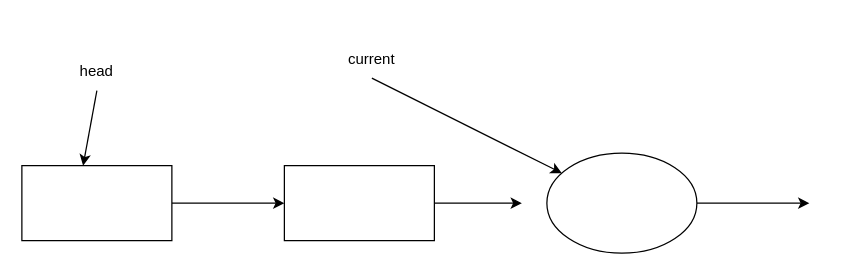
This is algo-club/phase-4-data-structures-implement-singly-linked-list/diagram.drawio from betalantz/west-se-080822-class-sessions, a draw.io file, before an edit. Source tidied: cells renumbered, new cells numbered last; positions are measured from the earlier drawing's top-left corner, leaving out a move shared by most shapes. Both pictures are drawn from the tidied source at 125%, with x=0, y=0 at pixel (21, 40).
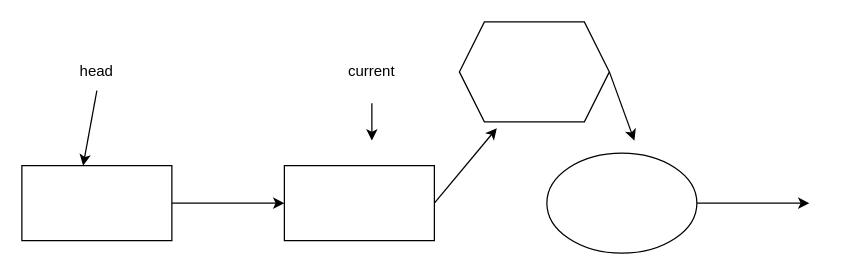
The same page after the edit.

Change to the diagram source:
```diff
@@
 <mxGraphModel>
   <root>
     <mxCell id="0" />
     <mxCell id="1" parent="0" />
     <mxCell id="2" style="rounded=0;whiteSpace=wrap;html=1;" parent="1" vertex="1">
       <mxGeometry x="210" y="100" width="120" height="60" as="geometry" />
     </mxCell>
     <mxCell id="3" style="endArrow=classic;html=1;exitX=1;exitY=0.5;exitDx=0;exitDy=0;" parent="1" edge="1" source="2">
       <mxGeometry relative="1" as="geometry">
-        <mxPoint x="400" y="130" as="targetPoint" />
+        <mxPoint x="380" y="70" as="targetPoint" />
       </mxGeometry>
     </mxCell>
     <mxCell id="4" style="edgeStyle=none;html=1;exitX=0.5;exitY=1;exitDx=0;exitDy=0;entryX=0.408;entryY=0;entryDx=0;entryDy=0;entryPerimeter=0;" parent="1" edge="1" source="5" target="7">
       <mxGeometry relative="1" as="geometry" />
     </mxCell>
     <mxCell id="5" value="head" style="text;html=1;strokeColor=none;fillColor=none;align=center;verticalAlign=middle;whiteSpace=wrap;rounded=0;" parent="1" vertex="1">
       <mxGeometry x="30" y="10" width="60" height="30" as="geometry" />
     </mxCell>
     <mxCell id="6" style="edgeStyle=none;html=1;exitX=1;exitY=0.5;exitDx=0;exitDy=0;" parent="1" edge="1" source="7" target="2">
       <mxGeometry relative="1" as="geometry" />
     </mxCell>
     <mxCell id="7" style="rounded=0;whiteSpace=wrap;html=1;" parent="1" vertex="1">
       <mxGeometry y="100" width="120" height="60" as="geometry" />
     </mxCell>
-    <mxCell id="8" style="edgeStyle=none;html=1;exitX=0.5;exitY=1;exitDx=0;exitDy=0;" parent="1" edge="1" source="9" target="11">
-      <mxGeometry relative="1" as="geometry" />
-    </mxCell>
     <mxCell id="9" value="current" style="text;html=1;strokeColor=none;fillColor=none;align=center;verticalAlign=middle;whiteSpace=wrap;rounded=0;" parent="1" vertex="1">
-      <mxGeometry x="250" width="60" height="30" as="geometry" />
+      <mxGeometry x="250" y="10" width="60" height="30" as="geometry" />
     </mxCell>
     <mxCell id="10" style="edgeStyle=none;html=1;exitX=1;exitY=0.5;exitDx=0;exitDy=0;" parent="1" edge="1" source="11">
       <mxGeometry relative="1" as="geometry">
         <mxPoint x="630" y="130" as="targetPoint" />
       </mxGeometry>
     </mxCell>
     <mxCell id="11" style="ellipse;whiteSpace=wrap;html=1;" parent="1" vertex="1">
       <mxGeometry x="420" y="90" width="120" height="80" as="geometry" />
     </mxCell>
+    <mxCell id="12" style="edgeStyle=none;html=1;exitX=0.5;exitY=1;exitDx=0;exitDy=0;" parent="1" edge="1">
+      <mxGeometry relative="1" as="geometry">
+        <mxPoint x="280" y="50" as="sourcePoint" />
+        <mxPoint x="280" y="80" as="targetPoint" />
+      </mxGeometry>
+    </mxCell>
+    <mxCell id="13" style="edgeStyle=none;html=1;exitX=1;exitY=0.5;exitDx=0;exitDy=0;" parent="1" edge="1" source="14">
+      <mxGeometry relative="1" as="geometry">
+        <mxPoint x="490" y="80" as="targetPoint" />
+      </mxGeometry>
+    </mxCell>
+    <mxCell id="14" style="shape=hexagon;perimeter=hexagonPerimeter2;whiteSpace=wrap;html=1;fixedSize=1;" parent="1" vertex="1">
+      <mxGeometry x="350" y="-15" width="120" height="80" as="geometry" />
+    </mxCell>
   </root>
 </mxGraphModel>
```
